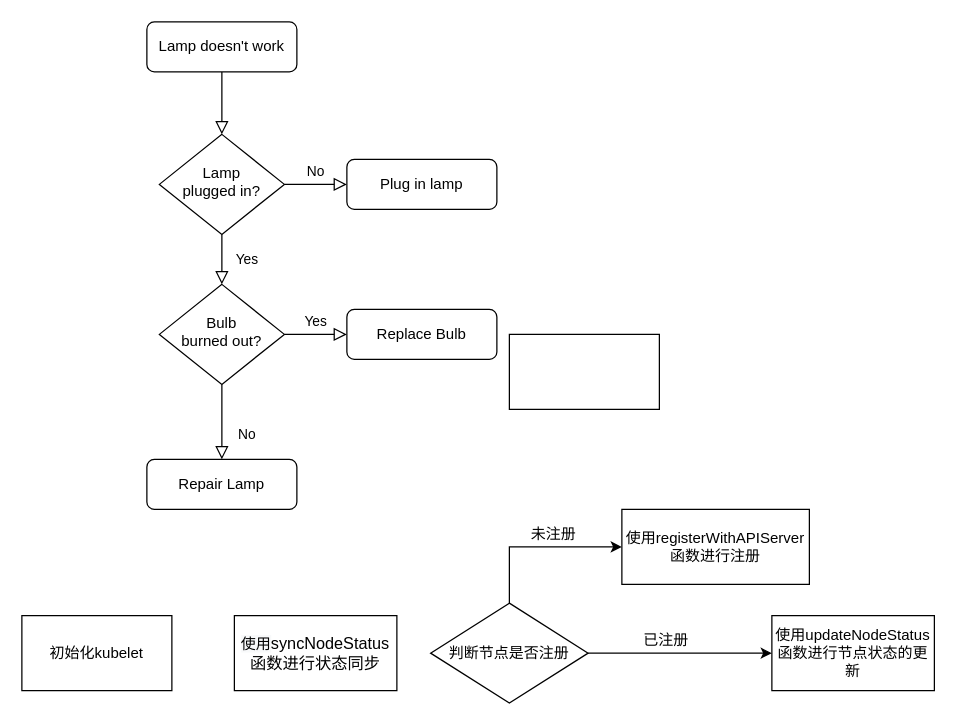
JieweiYan/Tools keeps this draw.io diagram as Untitled Diagram.drawio. Above is the earlier version. Source tidied: cells renumbered, new cells numbered last; positions are measured from the earlier drawing's top-left corner, leaving out a move shared by most shapes. Both pictures are drawn from the tidied source at 125%, with x=0, y=0 at pixel (21, 21).
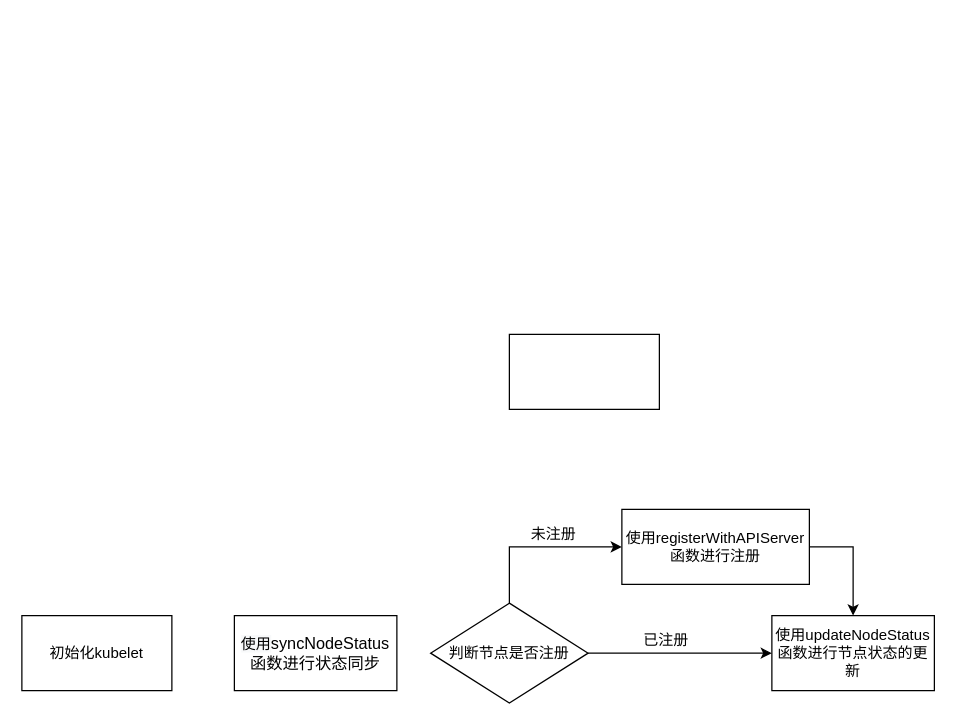
The same diagram, later.

Unchanged cells that the change refers to:
```xml
<mxCell id="18" value="使用&lt;span&gt;registerWithAPIServer函数进行注册&lt;/span&gt;" style="rounded=0;whiteSpace=wrap;html=1;fillColor=default;strokeColor=default;fontColor=default;" parent="1" vertex="1">
  <mxGeometry x="480" y="390" width="150" height="60" as="geometry" />
</mxCell>
<mxCell id="20" value="使用&lt;span&gt;updateNodeStatus函数进行节点状态的更新&lt;/span&gt;" style="rounded=0;whiteSpace=wrap;html=1;fillColor=default;strokeColor=default;fontColor=default;" parent="1" vertex="1">
  <mxGeometry x="600" y="475" width="130" height="60" as="geometry" />
</mxCell>
```

Change to the diagram source:
```diff
@@
-    <mxCell id="2" style="rounded=0;html=1;jettySize=auto;fontSize=11;endArrow=block;endFill=0;endSize=8;strokeWidth=1;shadow=0;labelBackgroundColor=none;edgeStyle=orthogonalEdgeStyle;" parent="1" edge="1" source="3" target="6">
-      <mxGeometry relative="1" as="geometry" />
-    </mxCell>
-    <mxCell id="3" value="Lamp doesn't work" style="rounded=1;whiteSpace=wrap;html=1;fontSize=12;glass=0;strokeWidth=1;shadow=0;" parent="1" vertex="1">
-      <mxGeometry x="100" width="120" height="40" as="geometry" />
-    </mxCell>
-    <mxCell id="4" value="Yes" style="rounded=0;html=1;jettySize=auto;fontSize=11;endArrow=block;endFill=0;endSize=8;strokeWidth=1;shadow=0;labelBackgroundColor=none;edgeStyle=orthogonalEdgeStyle;" parent="1" edge="1" source="6" target="10">
-      <mxGeometry y="20" relative="1" as="geometry" />
-    </mxCell>
-    <mxCell id="5" value="No" style="edgeStyle=orthogonalEdgeStyle;rounded=0;html=1;jettySize=auto;fontSize=11;endArrow=block;endFill=0;endSize=8;strokeWidth=1;shadow=0;labelBackgroundColor=none;" parent="1" edge="1" source="6" target="7">
-      <mxGeometry y="10" relative="1" as="geometry" />
-    </mxCell>
-    <mxCell id="6" value="Lamp&lt;br&gt;plugged in?" style="rhombus;whiteSpace=wrap;html=1;shadow=0;fontFamily=Helvetica;fontSize=12;align=center;strokeWidth=1;spacing=6;spacingTop=-4;" parent="1" vertex="1">
-      <mxGeometry x="110" y="90" width="100" height="80" as="geometry" />
-    </mxCell>
-    <mxCell id="7" value="Plug in lamp" style="rounded=1;whiteSpace=wrap;html=1;fontSize=12;glass=0;strokeWidth=1;shadow=0;" parent="1" vertex="1">
-      <mxGeometry x="260" y="110" width="120" height="40" as="geometry" />
-    </mxCell>
-    <mxCell id="8" value="No" style="rounded=0;html=1;jettySize=auto;fontSize=11;endArrow=block;endFill=0;endSize=8;strokeWidth=1;shadow=0;labelBackgroundColor=none;edgeStyle=orthogonalEdgeStyle;" parent="1" edge="1" source="10" target="11">
-      <mxGeometry x="0.33" y="20" relative="1" as="geometry" />
-    </mxCell>
-    <mxCell id="9" value="Yes" style="edgeStyle=orthogonalEdgeStyle;rounded=0;html=1;jettySize=auto;fontSize=11;endArrow=block;endFill=0;endSize=8;strokeWidth=1;shadow=0;labelBackgroundColor=none;" parent="1" edge="1" source="10" target="12">
-      <mxGeometry y="10" relative="1" as="geometry" />
-    </mxCell>
-    <mxCell id="10" value="Bulb&lt;br&gt;burned out?" style="rhombus;whiteSpace=wrap;html=1;shadow=0;fontFamily=Helvetica;fontSize=12;align=center;strokeWidth=1;spacing=6;spacingTop=-4;" parent="1" vertex="1">
-      <mxGeometry x="110" y="210" width="100" height="80" as="geometry" />
-    </mxCell>
-    <mxCell id="11" value="Repair Lamp" style="rounded=1;whiteSpace=wrap;html=1;fontSize=12;glass=0;strokeWidth=1;shadow=0;" parent="1" vertex="1">
-      <mxGeometry x="100" y="350" width="120" height="40" as="geometry" />
-    </mxCell>
-    <mxCell id="12" value="Replace Bulb" style="rounded=1;whiteSpace=wrap;html=1;fontSize=12;glass=0;strokeWidth=1;shadow=0;" parent="1" vertex="1">
-      <mxGeometry x="260" y="230" width="120" height="40" as="geometry" />
-    </mxCell>
@@
+    <mxCell id="23" style="endArrow=classic;html=1;rounded=0;labelBackgroundColor=default;fontColor=default;strokeColor=default;exitX=1;exitY=0.5;exitDx=0;exitDy=0;entryX=0.5;entryY=0;entryDx=0;entryDy=0;" parent="1" edge="1" source="18" target="20">
+      <mxGeometry relative="1" as="geometry">
+        <Array as="points">
+          <mxPoint x="665" y="420" />
+        </Array>
+      </mxGeometry>
+    </mxCell>
```
